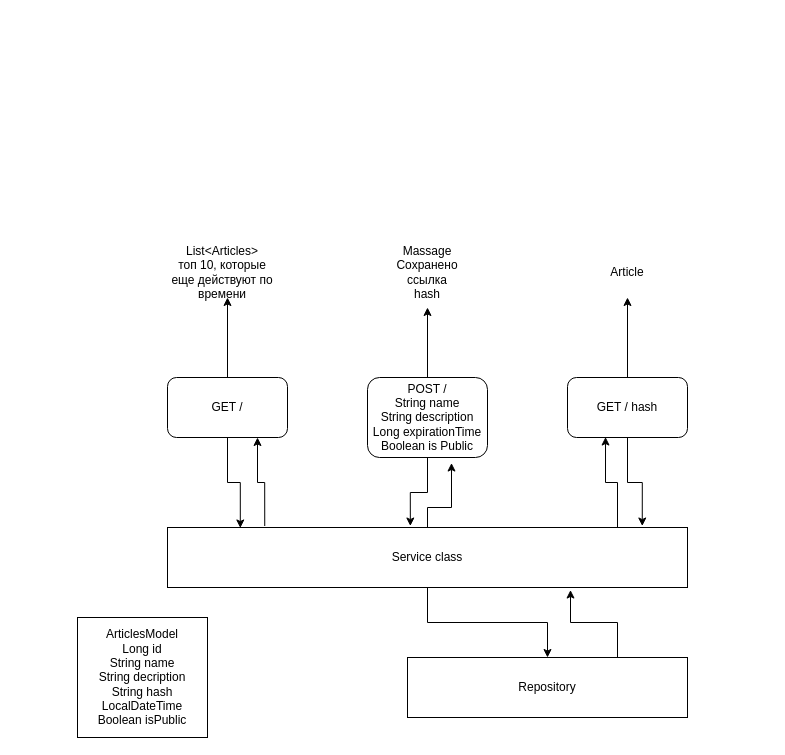
Before: src/main/resources/Диаграмма без названия.drawio in IvanBely/Articles, a draw.io diagram. Source tidied: cells renumbered, new cells numbered last; positions are measured from the earlier drawing's top-left corner, leaving out a move shared by most shapes. Both pictures are drawn from the tidied source at 100%, with x=0, y=0 at pixel (77, 257).
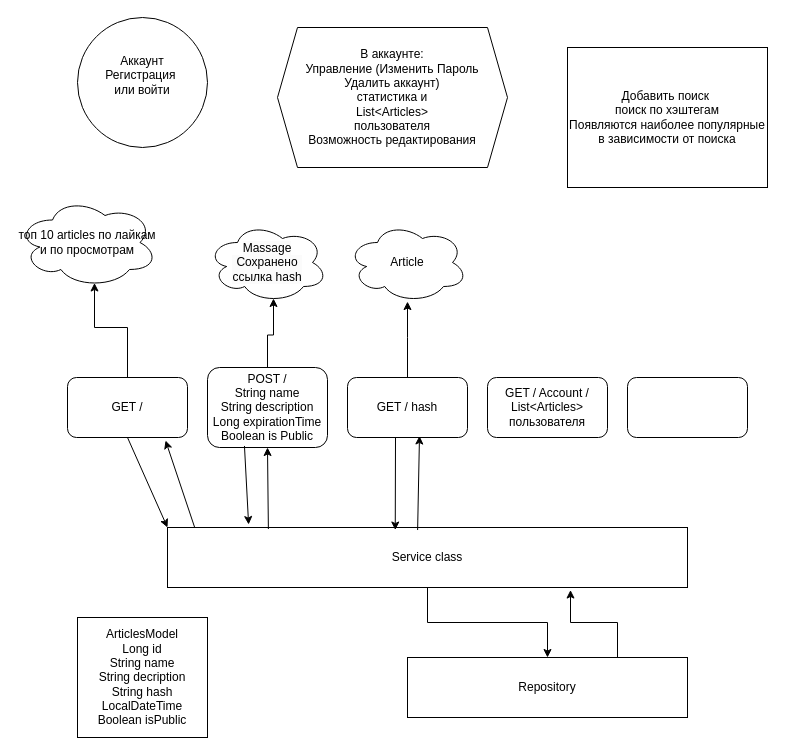
The same diagram, later.

Unchanged cells that the change refers to:
```xml
<mxCell id="4" value="Service class" style="rounded=0;whiteSpace=wrap;html=1;" parent="1" vertex="1">
  <mxGeometry x="90" y="270" width="520" height="60" as="geometry" />
</mxCell>
```

The edit, as a diff of the source:
```diff
@@
-    <mxCell id="2" style="edgeStyle=orthogonalEdgeStyle;rounded=0;jettySize=auto;html=1;exitX=0.187;exitY=-0.025;exitDx=0;exitDy=0;entryX=0.75;entryY=1;entryDx=0;entryDy=0;exitPerimeter=0;" parent="1" edge="1" source="4" target="11">
-      <mxGeometry relative="1" as="geometry" />
-    </mxCell>
@@
-    <mxCell id="5" style="edgeStyle=orthogonalEdgeStyle;rounded=0;jettySize=auto;html=1;exitX=0.5;exitY=0;exitDx=0;exitDy=0;" parent="1" edge="1" source="6">
-      <mxGeometry relative="1" as="geometry">
-        <mxPoint x="550" y="40" as="targetPoint" />
-      </mxGeometry>
-    </mxCell>
-    <mxCell id="6" value="GET / hash" style="rounded=1;whiteSpace=wrap;html=1;" parent="1" vertex="1">
-      <mxGeometry x="490" y="120" width="120" height="60" as="geometry" />
-    </mxCell>
-    <mxCell id="7" style="edgeStyle=orthogonalEdgeStyle;rounded=0;jettySize=auto;html=1;exitX=0.5;exitY=0;exitDx=0;exitDy=0;" parent="1" edge="1" source="9">
-      <mxGeometry relative="1" as="geometry">
-        <mxPoint x="350" y="50" as="targetPoint" />
-      </mxGeometry>
+    <mxCell id="7" style="edgeStyle=orthogonalEdgeStyle;rounded=0;jettySize=auto;html=1;exitX=0.5;exitY=0;exitDx=0;exitDy=0;entryX=0.55;entryY=0.95;entryDx=0;entryDy=0;entryPerimeter=0;" parent="1" edge="1" source="9" target="13">
+      <mxGeometry relative="1" as="geometry" />
     </mxCell>
-    <mxCell id="8" style="edgeStyle=orthogonalEdgeStyle;rounded=0;jettySize=auto;html=1;exitX=0.5;exitY=1;exitDx=0;exitDy=0;entryX=0.467;entryY=-0.025;entryDx=0;entryDy=0;entryPerimeter=0;" parent="1" edge="1" source="9" target="4">
-      <mxGeometry relative="1" as="geometry" />
-    </mxCell>
     <mxCell id="9" value="POST /&lt;div&gt;String name&lt;/div&gt;&lt;div&gt;String description&lt;/div&gt;&lt;div&gt;Long expirationTime&lt;/div&gt;&lt;div&gt;Boolean is Public&lt;/div&gt;" style="rounded=1;whiteSpace=wrap;html=1;" parent="1" vertex="1">
-      <mxGeometry x="290" y="120" width="120" height="80" as="geometry" />
+      <mxGeometry x="130" y="110" width="120" height="80" as="geometry" />
     </mxCell>
-    <mxCell id="10" style="edgeStyle=orthogonalEdgeStyle;rounded=0;jettySize=auto;html=1;exitX=0.5;exitY=0;exitDx=0;exitDy=0;" parent="1" edge="1" source="11">
+    <mxCell id="10" style="edgeStyle=orthogonalEdgeStyle;rounded=0;jettySize=auto;html=1;exitX=0.5;exitY=0;exitDx=0;exitDy=0;entryX=0.55;entryY=0.95;entryDx=0;entryDy=0;entryPerimeter=0;" parent="1" edge="1" source="11" target="23">
       <mxGeometry relative="1" as="geometry">
-        <mxPoint x="150" y="40" as="targetPoint" />
+        <Array as="points">
+          <mxPoint x="50" y="70" />
+          <mxPoint x="17" y="70" />
+        </Array>
       </mxGeometry>
     </mxCell>
     <mxCell id="11" value="GET /" style="rounded=1;whiteSpace=wrap;html=1;" parent="1" vertex="1">
-      <mxGeometry x="90" y="120" width="120" height="60" as="geometry" />
+      <mxGeometry x="-10" y="120" width="120" height="60" as="geometry" />
     </mxCell>
-    <mxCell id="12" value="List&amp;lt;Articles&amp;gt;&lt;div&gt;топ 10, которые еще действуют по времени&lt;/div&gt;" style="text;html=1;align=center;verticalAlign=middle;whiteSpace=wrap;rounded=0;" parent="1" vertex="1">
-      <mxGeometry x="90" width="110" height="30" as="geometry" />
-    </mxCell>
-    <mxCell id="13" value="Massage&lt;div&gt;Сохранено&lt;/div&gt;&lt;div&gt;ссылка hash&lt;/div&gt;" style="text;html=1;align=center;verticalAlign=middle;whiteSpace=wrap;rounded=0;" parent="1" vertex="1">
-      <mxGeometry x="320" width="60" height="30" as="geometry" />
-    </mxCell>
-    <mxCell id="14" value="Article" style="text;html=1;align=center;verticalAlign=middle;whiteSpace=wrap;rounded=0;" parent="1" vertex="1">
-      <mxGeometry x="520" width="60" height="30" as="geometry" />
-    </mxCell>
-    <mxCell id="15" style="edgeStyle=orthogonalEdgeStyle;rounded=0;jettySize=auto;html=1;exitX=0.5;exitY=1;exitDx=0;exitDy=0;entryX=0.14;entryY=0.008;entryDx=0;entryDy=0;entryPerimeter=0;" parent="1" edge="1" source="11" target="4">
-      <mxGeometry relative="1" as="geometry" />
-    </mxCell>
-    <mxCell id="16" style="edgeStyle=orthogonalEdgeStyle;rounded=0;jettySize=auto;html=1;exitX=0.5;exitY=1;exitDx=0;exitDy=0;entryX=0.913;entryY=-0.025;entryDx=0;entryDy=0;entryPerimeter=0;" parent="1" edge="1" source="6" target="4">
-      <mxGeometry relative="1" as="geometry" />
-    </mxCell>
-    <mxCell id="17" style="edgeStyle=orthogonalEdgeStyle;rounded=0;jettySize=auto;html=1;exitX=0.5;exitY=0;exitDx=0;exitDy=0;entryX=0.7;entryY=1.069;entryDx=0;entryDy=0;entryPerimeter=0;" parent="1" edge="1" source="4" target="9">
-      <mxGeometry relative="1" as="geometry">
-        <Array as="points">
-          <mxPoint x="350" y="250" />
-          <mxPoint x="374" y="250" />
-        </Array>
-      </mxGeometry>
-    </mxCell>
-    <mxCell id="18" style="edgeStyle=orthogonalEdgeStyle;rounded=0;jettySize=auto;html=1;exitX=0.75;exitY=0;exitDx=0;exitDy=0;entryX=0.317;entryY=0.992;entryDx=0;entryDy=0;entryPerimeter=0;" parent="1" edge="1" source="4" target="6">
-      <mxGeometry relative="1" as="geometry">
-        <Array as="points">
-          <mxPoint x="540" y="270" />
-          <mxPoint x="540" y="225" />
-          <mxPoint x="528" y="225" />
-        </Array>
-      </mxGeometry>
-    </mxCell>
@@
+    <mxCell id="2" style="endArrow=classic;html=1;rounded=0;entryX=0.817;entryY=1.05;entryDx=0;entryDy=0;entryPerimeter=0;exitX=0.052;exitY=-0.008;exitDx=0;exitDy=0;exitPerimeter=0;" parent="1" edge="1" source="4" target="11">
+      <mxGeometry relative="1" as="geometry" />
+    </mxCell>
+    <mxCell id="15" style="endArrow=classic;html=1;rounded=0;entryX=0;entryY=0;entryDx=0;entryDy=0;exitX=0.5;exitY=1;exitDx=0;exitDy=0;" parent="1" edge="1" source="11" target="4">
+      <mxGeometry relative="1" as="geometry" />
+    </mxCell>
+    <mxCell id="17" style="endArrow=classic;html=1;rounded=0;entryX=0.5;entryY=1;entryDx=0;entryDy=0;exitX=0.194;exitY=0.025;exitDx=0;exitDy=0;exitPerimeter=0;" parent="1" edge="1" source="4" target="9">
+      <mxGeometry relative="1" as="geometry" />
+    </mxCell>
+    <mxCell id="8" style="endArrow=classic;html=1;rounded=0;entryX=0.156;entryY=-0.05;entryDx=0;entryDy=0;entryPerimeter=0;exitX=0.308;exitY=0.981;exitDx=0;exitDy=0;exitPerimeter=0;" parent="1" edge="1" source="9" target="4">
+      <mxGeometry relative="1" as="geometry" />
+    </mxCell>
+    <mxCell id="14" value="Article" style="ellipse;shape=cloud;whiteSpace=wrap;html=1;" parent="1" vertex="1">
+      <mxGeometry x="270" y="-35" width="120" height="80" as="geometry" />
+    </mxCell>
+    <mxCell id="22" style="endArrow=classic;html=1;rounded=0;entryX=0.5;entryY=0.988;entryDx=0;entryDy=0;entryPerimeter=0;exitX=0.5;exitY=0;exitDx=0;exitDy=0;" parent="1" edge="1" source="6" target="14">
+      <mxGeometry relative="1" as="geometry">
+        <Array as="points">
+          <mxPoint x="330" y="80" />
+        </Array>
+      </mxGeometry>
+    </mxCell>
+    <mxCell id="13" value="&lt;span style=&quot;color: rgb(0, 0, 0); font-family: Helvetica; font-size: 12px; font-style: normal; font-variant-ligatures: normal; font-variant-caps: normal; font-weight: 400; letter-spacing: normal; orphans: 2; text-align: center; text-indent: 0px; text-transform: none; widows: 2; word-spacing: 0px; -webkit-text-stroke-width: 0px; white-space: normal; background-color: rgb(251, 251, 251); text-decoration-thickness: initial; text-decoration-style: initial; text-decoration-color: initial; display: inline !important; float: none;&quot;&gt;Massage&lt;/span&gt;&lt;div style=&quot;color: rgb(0, 0, 0); font-family: Helvetica; font-size: 12px; font-style: normal; font-variant-ligatures: normal; font-variant-caps: normal; font-weight: 400; letter-spacing: normal; orphans: 2; text-align: center; text-indent: 0px; text-transform: none; widows: 2; word-spacing: 0px; -webkit-text-stroke-width: 0px; white-space: normal; background-color: rgb(251, 251, 251); text-decoration-thickness: initial; text-decoration-style: initial; text-decoration-color: initial;&quot;&gt;Сохранено&lt;/div&gt;&lt;div style=&quot;color: rgb(0, 0, 0); font-family: Helvetica; font-size: 12px; font-style: normal; font-variant-ligatures: normal; font-variant-caps: normal; font-weight: 400; letter-spacing: normal; orphans: 2; text-align: center; text-indent: 0px; text-transform: none; widows: 2; word-spacing: 0px; -webkit-text-stroke-width: 0px; white-space: normal; background-color: rgb(251, 251, 251); text-decoration-thickness: initial; text-decoration-style: initial; text-decoration-color: initial;&quot;&gt;ссылка hash&lt;/div&gt;" style="ellipse;shape=cloud;whiteSpace=wrap;html=1;" parent="1" vertex="1">
+      <mxGeometry x="130" y="-35" width="120" height="80" as="geometry" />
+    </mxCell>
+    <mxCell id="23" value="топ 10 articles по лайкам и по просмотрам" style="ellipse;shape=cloud;whiteSpace=wrap;html=1;" parent="1" vertex="1">
+      <mxGeometry x="-60" y="-60" width="140" height="90" as="geometry" />
+    </mxCell>
+    <mxCell id="18" style="endArrow=classic;html=1;rounded=0;entryX=0.6;entryY=0.975;entryDx=0;entryDy=0;entryPerimeter=0;exitX=0.481;exitY=0.042;exitDx=0;exitDy=0;exitPerimeter=0;" parent="1" edge="1" source="4" target="6">
+      <mxGeometry relative="1" as="geometry" />
+    </mxCell>
+    <mxCell id="24" style="endArrow=classic;html=1;rounded=0;" parent="1" edge="1" source="6">
+      <mxGeometry relative="1" as="geometry">
+        <mxPoint x="370" y="140" as="targetPoint" />
+      </mxGeometry>
+    </mxCell>
+    <mxCell id="6" value="GET / hash" style="rounded=1;whiteSpace=wrap;html=1;" parent="1" vertex="1">
+      <mxGeometry x="270" y="120" width="120" height="60" as="geometry" />
+    </mxCell>
+    <mxCell id="16" style="endArrow=classic;html=1;rounded=0;exitX=0.4;exitY=1.008;exitDx=0;exitDy=0;exitPerimeter=0;entryX=0.438;entryY=0.042;entryDx=0;entryDy=0;entryPerimeter=0;" parent="1" edge="1" source="6" target="4">
+      <mxGeometry relative="1" as="geometry" />
+    </mxCell>
+    <mxCell id="25" value="GET / Account /&lt;div&gt;List&amp;lt;Articles&amp;gt;&lt;/div&gt;&lt;div&gt;пользователя&lt;/div&gt;" style="rounded=1;whiteSpace=wrap;html=1;" parent="1" vertex="1">
+      <mxGeometry x="410" y="120" width="120" height="60" as="geometry" />
+    </mxCell>
+    <mxCell id="26" style="rounded=1;whiteSpace=wrap;html=1;" parent="1" vertex="1">
+      <mxGeometry x="550" y="120" width="120" height="60" as="geometry" />
+    </mxCell>
+    <mxCell id="27" value="Аккаунт&lt;div&gt;Регистрация&amp;nbsp;&lt;/div&gt;&lt;div&gt;или войти&lt;/div&gt;&lt;div&gt;&lt;br&gt;&lt;/div&gt;" style="ellipse;whiteSpace=wrap;html=1;" parent="1" vertex="1">
+      <mxGeometry y="-240" width="130" height="130" as="geometry" />
+    </mxCell>
+    <mxCell id="28" value="В аккаунте:&lt;div&gt;Управление (Изменить Пароль&lt;br&gt;Удалить аккаунт)&lt;br&gt;&lt;div&gt;статистика и&lt;/div&gt;&lt;div&gt;&lt;div&gt;List&amp;lt;Articles&amp;gt;&lt;/div&gt;&lt;div&gt;пользователя&lt;br&gt;Возможность редактирования&lt;/div&gt;&lt;/div&gt;&lt;/div&gt;" style="shape=hexagon;perimeter=hexagonPerimeter2;whiteSpace=wrap;html=1;fixedSize=1;" parent="1" vertex="1">
+      <mxGeometry x="200" y="-230" width="230" height="140" as="geometry" />
+    </mxCell>
+    <mxCell id="29" value="Добавить поиск&amp;nbsp;&lt;br&gt;поиск по хэштегам&lt;br&gt;Появляются наиболее популярные в зависимости от поиска" style="rounded=0;whiteSpace=wrap;html=1;" parent="1" vertex="1">
+      <mxGeometry x="490" y="-210" width="200" height="140" as="geometry" />
+    </mxCell>
```
